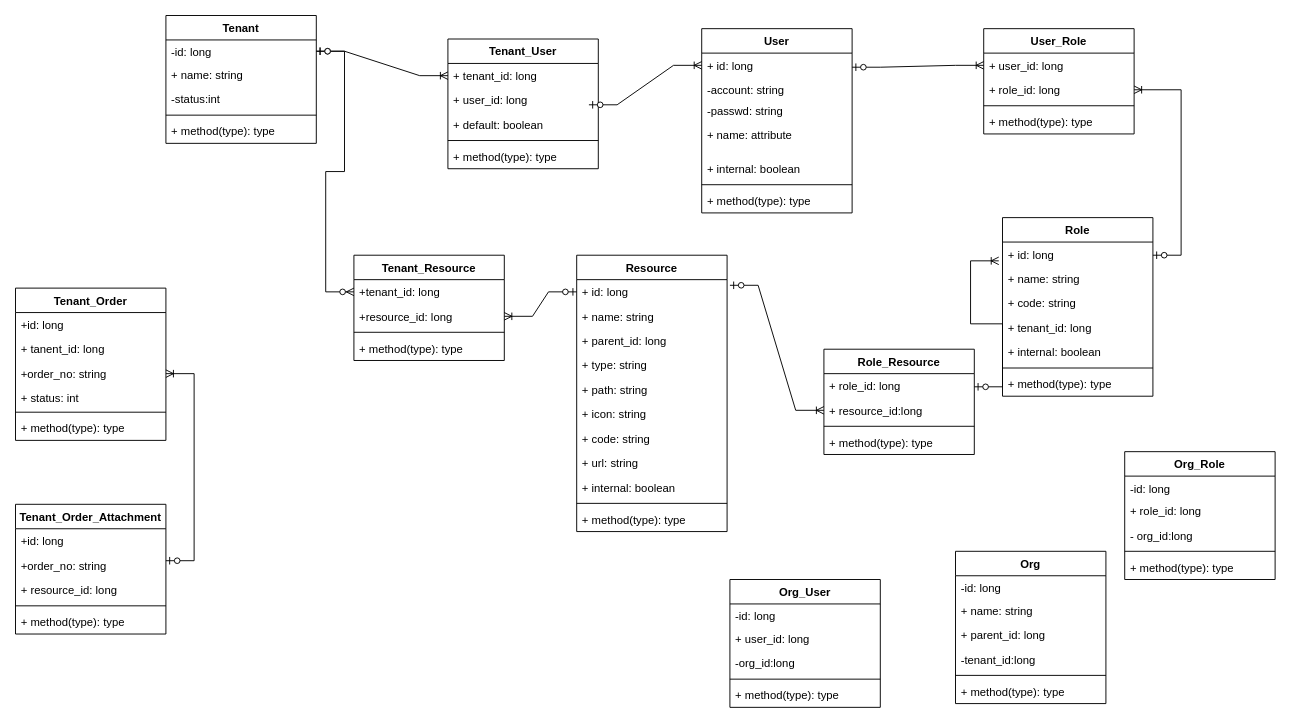
This is page "第 2 页" (2 of 2) of 未命名绘图.drawio from pullFootYouth/diagram, a draw.io file, before an edit. Source tidied: cells renumbered, new cells numbered last; positions are measured from the earlier drawing's top-left corner, leaving out a move shared by most shapes. Both pictures are drawn from the tidied source at 94%, with x=0, y=0 at pixel (15, 15).
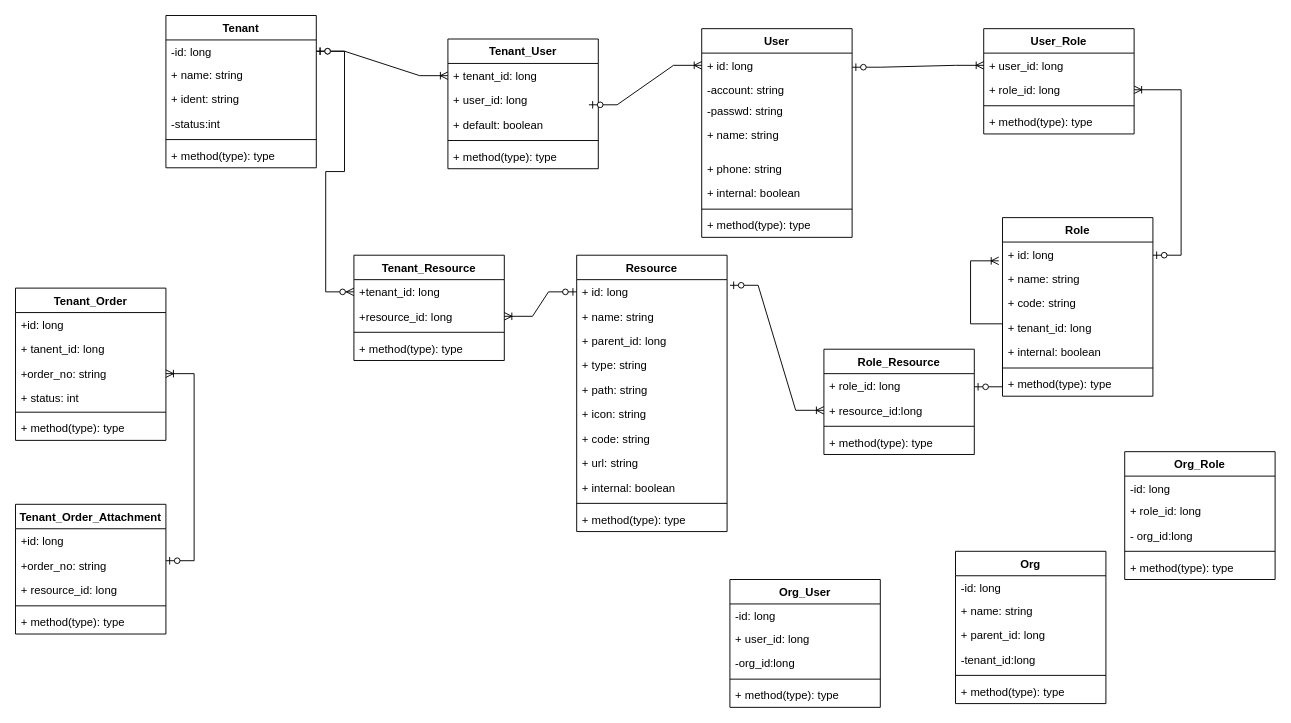
The same page after the edit.

Commit message:
saas多租户设计.drawio

The edit, as a diff of the source:
```diff
@@
     <mxCell id="2" value="Tenant" style="swimlane;fontStyle=1;align=center;verticalAlign=top;horizontal=1;startSize=26;" parent="1" vertex="1">
-      <mxGeometry x="160" width="160" height="136" as="geometry" />
+      <mxGeometry x="160" width="160" height="162" as="geometry" />
     </mxCell>
@@
+    <mxCell id="98" value="+ ident: string" style="text;strokeColor=none;fillColor=none;align=left;verticalAlign=top;spacingLeft=4;spacingRight=4;overflow=hidden;" parent="2" vertex="1">
+      <mxGeometry y="76" width="160" height="26" as="geometry" />
+    </mxCell>
     <mxCell id="5" value="-status:int" style="text;strokeColor=none;fillColor=none;align=left;verticalAlign=top;spacingLeft=4;spacingRight=4;overflow=hidden;" parent="2" vertex="1">
-      <mxGeometry y="76" width="160" height="26" as="geometry" />
+      <mxGeometry y="102" width="160" height="26" as="geometry" />
     </mxCell>
     <mxCell id="6" style="line;strokeWidth=1;fillColor=none;align=left;verticalAlign=middle;spacingTop=-1;spacingLeft=3;spacingRight=3;labelPosition=right;strokeColor=inherit;" parent="2" vertex="1">
-      <mxGeometry y="102" width="160" height="8" as="geometry" />
+      <mxGeometry y="128" width="160" height="8" as="geometry" />
     </mxCell>
     <mxCell id="7" value="+ method(type): type" style="text;strokeColor=none;fillColor=none;align=left;verticalAlign=top;spacingLeft=4;spacingRight=4;overflow=hidden;" parent="2" vertex="1">
-      <mxGeometry y="110" width="160" height="26" as="geometry" />
+      <mxGeometry y="136" width="160" height="26" as="geometry" />
     </mxCell>
     <mxCell id="8" value="User" style="swimlane;fontStyle=1;align=center;verticalAlign=top;horizontal=1;startSize=26;" parent="1" vertex="1">
-      <mxGeometry x="730" y="14" width="160" height="196" as="geometry" />
+      <mxGeometry x="730" y="14" width="160" height="222" as="geometry" />
     </mxCell>
@@
-    <mxCell id="12" value="+ name: attribute" style="text;strokeColor=none;fillColor=none;align=left;verticalAlign=top;spacingLeft=4;spacingRight=4;overflow=hidden;" parent="8" vertex="1">
+    <mxCell id="12" value="+ name: string" style="text;strokeColor=none;fillColor=none;align=left;verticalAlign=top;spacingLeft=4;spacingRight=4;overflow=hidden;" parent="8" vertex="1">
       <mxGeometry y="100" width="160" height="36" as="geometry" />
     </mxCell>
+    <mxCell id="99" value="+ phone: string" style="text;strokeColor=none;fillColor=none;align=left;verticalAlign=top;spacingLeft=4;spacingRight=4;overflow=hidden;" parent="8" vertex="1">
+      <mxGeometry y="136" width="160" height="26" as="geometry" />
+    </mxCell>
     <mxCell id="13" value="+ internal: boolean" style="text;strokeColor=none;fillColor=none;align=left;verticalAlign=top;spacingLeft=4;spacingRight=4;overflow=hidden;" parent="8" vertex="1">
-      <mxGeometry y="136" width="160" height="26" as="geometry" />
+      <mxGeometry y="162" width="160" height="26" as="geometry" />
     </mxCell>
     <mxCell id="14" style="line;strokeWidth=1;fillColor=none;align=left;verticalAlign=middle;spacingTop=-1;spacingLeft=3;spacingRight=3;labelPosition=right;strokeColor=inherit;" parent="8" vertex="1">
-      <mxGeometry y="162" width="160" height="8" as="geometry" />
+      <mxGeometry y="188" width="160" height="8" as="geometry" />
     </mxCell>
     <mxCell id="15" value="+ method(type): type" style="text;strokeColor=none;fillColor=none;align=left;verticalAlign=top;spacingLeft=4;spacingRight=4;overflow=hidden;" parent="8" vertex="1">
-      <mxGeometry y="170" width="160" height="26" as="geometry" />
+      <mxGeometry y="196" width="160" height="26" as="geometry" />
     </mxCell>
```
